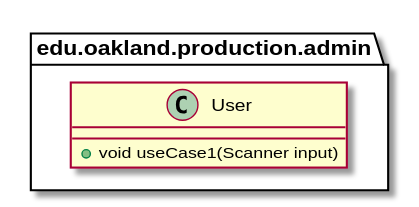
This is docs/uml-class-diagrams/admin/production/User/User_DirectDependencies.svg from andrewdimmer/csi-3370-software-project, a PlantUML export, as it was before one commit. The source it was exported from:
```plantuml
@startuml User_DirectDependencies


package edu.oakland.production.admin {
    class User {
        + void useCase1(Scanner input)
    }
}






@enduml
```
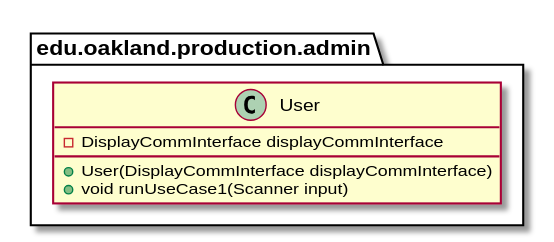
After the change.

Change to the diagram source:
```diff
@@ -3,7 +3,9 @@
 
 package edu.oakland.production.admin {
     class User {
-        + void useCase1(Scanner input)
+        - DisplayCommInterface displayCommInterface
+        + User(DisplayCommInterface displayCommInterface)
+        + void runUseCase1(Scanner input)
     }
 }
 
```
